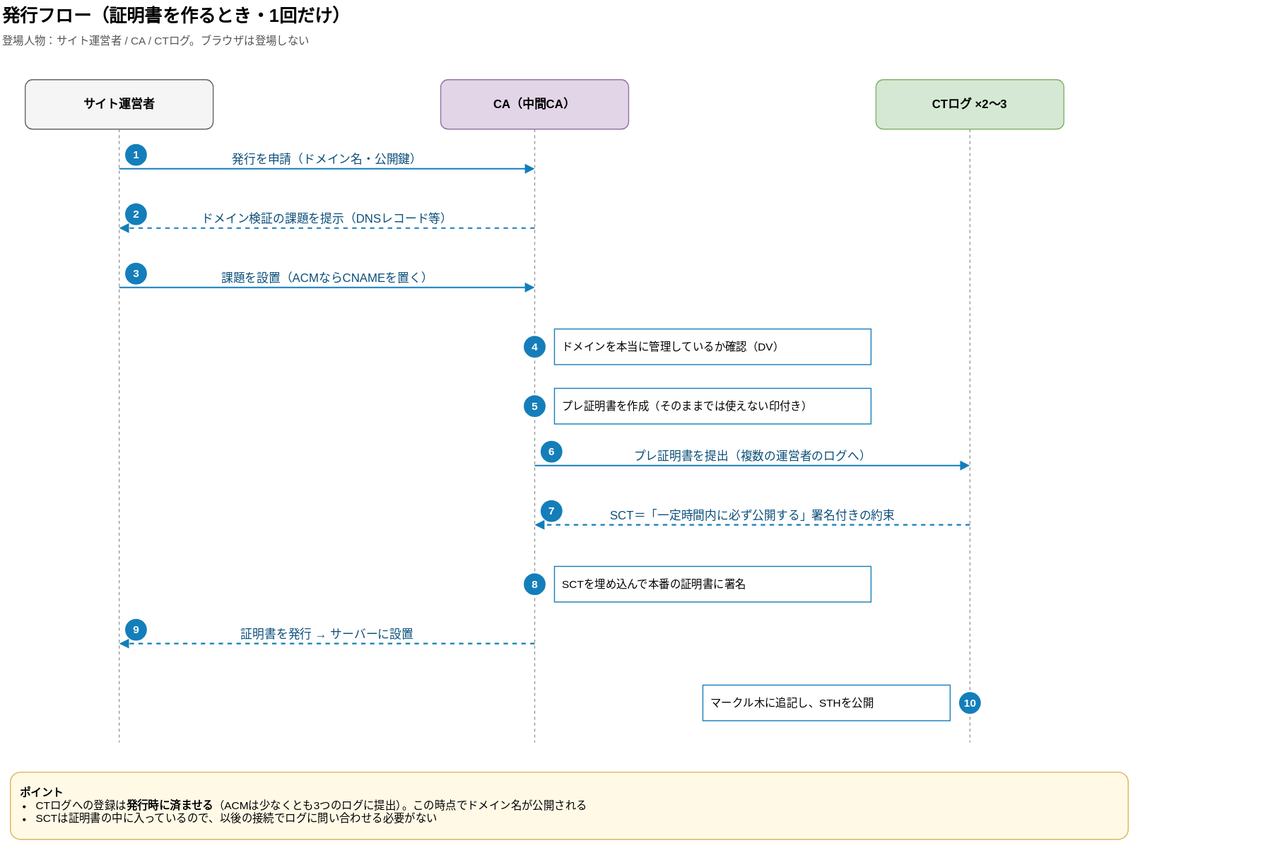
Above: images/aws-web-ingress-patterns/ca-ct-02-issuance.drawio.svg in anfangd/zenn-content (draw.io), before the change. Source tidied: cells renumbered, new cells last; positions are measured from the earlier drawing's top-left corner, leaving out a move shared by most shapes. The source it was exported from:
```xml
<mxGraphModel>
  <root>
    <mxCell id="0" />
    <mxCell id="1" parent="0" />
    <mxCell id="2" value="発行フロー（証明書を作るとき・1回だけ）" style="text;html=1;align=left;verticalAlign=middle;fontSize=18;fontStyle=1;" parent="1" vertex="1">
      <mxGeometry width="1300" height="32" as="geometry" />
    </mxCell>
    <mxCell id="3" value="登場人物：サイト運営者 / CA / CTログ。ブラウザは登場しない" style="text;html=1;align=left;verticalAlign=middle;fontSize=11;fontColor=#555555;" parent="1" vertex="1">
      <mxGeometry y="30" width="1300" height="22" as="geometry" />
    </mxCell>
    <mxCell id="4" value="サイト運営者" style="rounded=1;whiteSpace=wrap;html=1;fillColor=#F5F5F5;strokeColor=#666666;fontSize=12;fontStyle=1;" parent="1" vertex="1">
      <mxGeometry x="25" y="80" width="190" height="50" as="geometry" />
    </mxCell>
    <mxCell id="5" style="edgeStyle=none;html=1;endArrow=none;dashed=1;strokeColor=#999999;strokeWidth=1;" parent="1" edge="1">
      <mxGeometry relative="1" as="geometry">
        <mxPoint x="120" y="130" as="sourcePoint" />
        <mxPoint x="120" y="750" as="targetPoint" />
      </mxGeometry>
    </mxCell>
    <mxCell id="6" value="CA（中間CA）" style="rounded=1;whiteSpace=wrap;html=1;fillColor=#E1D5E7;strokeColor=#9673A6;fontSize=12;fontStyle=1;" parent="1" vertex="1">
      <mxGeometry x="445" y="80" width="190" height="50" as="geometry" />
    </mxCell>
    <mxCell id="7" style="edgeStyle=none;html=1;endArrow=none;dashed=1;strokeColor=#999999;strokeWidth=1;" parent="1" edge="1">
      <mxGeometry relative="1" as="geometry">
        <mxPoint x="540" y="130" as="sourcePoint" />
        <mxPoint x="540" y="750" as="targetPoint" />
      </mxGeometry>
    </mxCell>
    <mxCell id="8" value="CTログ ×2〜3" style="rounded=1;whiteSpace=wrap;html=1;fillColor=#D5E8D4;strokeColor=#82B366;fontSize=12;fontStyle=1;" parent="1" vertex="1">
      <mxGeometry x="885" y="80" width="190" height="50" as="geometry" />
    </mxCell>
    <mxCell id="9" style="edgeStyle=none;html=1;endArrow=none;dashed=1;strokeColor=#999999;strokeWidth=1;" parent="1" edge="1">
      <mxGeometry relative="1" as="geometry">
        <mxPoint x="980" y="130" as="sourcePoint" />
        <mxPoint x="980" y="750" as="targetPoint" />
      </mxGeometry>
    </mxCell>
    <mxCell id="10" value="1" style="text;html=1;align=center;verticalAlign=middle;fontSize=11;fontColor=#FFFFFF;fillColor=#147EBA;rounded=1;arcSize=50;fontStyle=1;" parent="1" vertex="1">
      <mxGeometry x="126" y="145" width="22" height="22" as="geometry" />
    </mxCell>
    <mxCell id="11" value="発行を申請（ドメイン名・公開鍵）" style="edgeStyle=none;html=1;endArrow=block;endFill=1;strokeWidth=1.5;strokeColor=#147EBA;fontSize=12;fontColor=#0B4F7A;labelBackgroundColor=#FFFFFF;verticalAlign=bottom;" parent="1" edge="1">
      <mxGeometry relative="1" as="geometry">
        <mxPoint x="120" y="170" as="sourcePoint" />
        <mxPoint x="540" y="170" as="targetPoint" />
      </mxGeometry>
    </mxCell>
    <mxCell id="12" value="2" style="text;html=1;align=center;verticalAlign=middle;fontSize=11;fontColor=#FFFFFF;fillColor=#147EBA;rounded=1;arcSize=50;fontStyle=1;" parent="1" vertex="1">
      <mxGeometry x="126" y="205" width="22" height="22" as="geometry" />
    </mxCell>
    <mxCell id="13" value="ドメイン検証の課題を提示（DNSレコード等）" style="edgeStyle=none;html=1;endArrow=block;endFill=1;strokeWidth=1.5;strokeColor=#147EBA;dashed=1;fontSize=12;fontColor=#0B4F7A;labelBackgroundColor=#FFFFFF;verticalAlign=bottom;" parent="1" edge="1">
      <mxGeometry relative="1" as="geometry">
        <mxPoint x="540" y="230" as="sourcePoint" />
        <mxPoint x="120" y="230" as="targetPoint" />
      </mxGeometry>
    </mxCell>
    <mxCell id="14" value="3" style="text;html=1;align=center;verticalAlign=middle;fontSize=11;fontColor=#FFFFFF;fillColor=#147EBA;rounded=1;arcSize=50;fontStyle=1;" parent="1" vertex="1">
      <mxGeometry x="126" y="265" width="22" height="22" as="geometry" />
    </mxCell>
    <mxCell id="15" value="課題を設置（ACMならCNAMEを置く）" style="edgeStyle=none;html=1;endArrow=block;endFill=1;strokeWidth=1.5;strokeColor=#147EBA;fontSize=12;fontColor=#0B4F7A;labelBackgroundColor=#FFFFFF;verticalAlign=bottom;" parent="1" edge="1">
      <mxGeometry relative="1" as="geometry">
        <mxPoint x="120" y="290" as="sourcePoint" />
        <mxPoint x="540" y="290" as="targetPoint" />
      </mxGeometry>
    </mxCell>
    <mxCell id="16" value="4" style="text;html=1;align=center;verticalAlign=middle;fontSize=11;fontColor=#FFFFFF;fillColor=#147EBA;rounded=1;arcSize=50;fontStyle=1;" parent="1" vertex="1">
      <mxGeometry x="529" y="339" width="22" height="22" as="geometry" />
    </mxCell>
    <mxCell id="17" value="ドメインを本当に管理しているか確認（DV）" style="rounded=0;whiteSpace=wrap;html=1;fillColor=#FFFFFF;strokeColor=#147EBA;fontSize=11;align=left;spacingLeft=6;verticalAlign=middle;" parent="1" vertex="1">
      <mxGeometry x="560" y="332" width="320" height="36" as="geometry" />
    </mxCell>
    <mxCell id="18" value="5" style="text;html=1;align=center;verticalAlign=middle;fontSize=11;fontColor=#FFFFFF;fillColor=#147EBA;rounded=1;arcSize=50;fontStyle=1;" parent="1" vertex="1">
      <mxGeometry x="529" y="399" width="22" height="22" as="geometry" />
    </mxCell>
    <mxCell id="19" value="プレ証明書を作成（そのままでは使えない印付き）" style="rounded=0;whiteSpace=wrap;html=1;fillColor=#FFFFFF;strokeColor=#147EBA;fontSize=11;align=left;spacingLeft=6;verticalAlign=middle;" parent="1" vertex="1">
      <mxGeometry x="560" y="392" width="320" height="36" as="geometry" />
    </mxCell>
    <mxCell id="20" value="6" style="text;html=1;align=center;verticalAlign=middle;fontSize=11;fontColor=#FFFFFF;fillColor=#147EBA;rounded=1;arcSize=50;fontStyle=1;" parent="1" vertex="1">
      <mxGeometry x="546" y="445" width="22" height="22" as="geometry" />
    </mxCell>
    <mxCell id="21" value="プレ証明書を提出（複数の運営者のログへ）" style="edgeStyle=none;html=1;endArrow=block;endFill=1;strokeWidth=1.5;strokeColor=#147EBA;fontSize=12;fontColor=#0B4F7A;labelBackgroundColor=#FFFFFF;verticalAlign=bottom;" parent="1" edge="1">
      <mxGeometry relative="1" as="geometry">
        <mxPoint x="540" y="470" as="sourcePoint" />
        <mxPoint x="980" y="470" as="targetPoint" />
      </mxGeometry>
    </mxCell>
    <mxCell id="22" value="7" style="text;html=1;align=center;verticalAlign=middle;fontSize=11;fontColor=#FFFFFF;fillColor=#147EBA;rounded=1;arcSize=50;fontStyle=1;" parent="1" vertex="1">
      <mxGeometry x="546" y="505" width="22" height="22" as="geometry" />
    </mxCell>
    <mxCell id="23" value="SCT＝「一定時間内に必ず公開する」署名付きの約束" style="edgeStyle=none;html=1;endArrow=block;endFill=1;strokeWidth=1.5;strokeColor=#147EBA;dashed=1;fontSize=12;fontColor=#0B4F7A;labelBackgroundColor=#FFFFFF;verticalAlign=bottom;" parent="1" edge="1">
      <mxGeometry relative="1" as="geometry">
        <mxPoint x="980" y="530" as="sourcePoint" />
        <mxPoint x="540" y="530" as="targetPoint" />
      </mxGeometry>
    </mxCell>
    <mxCell id="24" value="8" style="text;html=1;align=center;verticalAlign=middle;fontSize=11;fontColor=#FFFFFF;fillColor=#147EBA;rounded=1;arcSize=50;fontStyle=1;" parent="1" vertex="1">
      <mxGeometry x="529" y="579" width="22" height="22" as="geometry" />
    </mxCell>
    <mxCell id="25" value="SCTを埋め込んで本番の証明書に署名" style="rounded=0;whiteSpace=wrap;html=1;fillColor=#FFFFFF;strokeColor=#147EBA;fontSize=11;align=left;spacingLeft=6;verticalAlign=middle;" parent="1" vertex="1">
      <mxGeometry x="560" y="572" width="320" height="36" as="geometry" />
    </mxCell>
    <mxCell id="26" value="9" style="text;html=1;align=center;verticalAlign=middle;fontSize=11;fontColor=#FFFFFF;fillColor=#147EBA;rounded=1;arcSize=50;fontStyle=1;" parent="1" vertex="1">
      <mxGeometry x="126" y="625" width="22" height="22" as="geometry" />
    </mxCell>
    <mxCell id="27" value="証明書を発行 → サーバーに設置" style="edgeStyle=none;html=1;endArrow=block;endFill=1;strokeWidth=1.5;strokeColor=#147EBA;dashed=1;fontSize=12;fontColor=#0B4F7A;labelBackgroundColor=#FFFFFF;verticalAlign=bottom;" parent="1" edge="1">
      <mxGeometry relative="1" as="geometry">
        <mxPoint x="540" y="650" as="sourcePoint" />
        <mxPoint x="120" y="650" as="targetPoint" />
      </mxGeometry>
    </mxCell>
    <mxCell id="28" value="10" style="text;html=1;align=center;verticalAlign=middle;fontSize=11;fontColor=#FFFFFF;fillColor=#147EBA;rounded=1;arcSize=50;fontStyle=1;" parent="1" vertex="1">
      <mxGeometry x="969" y="699" width="22" height="22" as="geometry" />
    </mxCell>
    <mxCell id="29" value="マークル木に追記し、STHを公開" style="rounded=0;whiteSpace=wrap;html=1;fillColor=#FFFFFF;strokeColor=#147EBA;fontSize=11;align=left;spacingLeft=6;verticalAlign=middle;" parent="1" vertex="1">
      <mxGeometry x="710" y="692" width="250" height="36" as="geometry" />
    </mxCell>
    <mxCell id="30" value="&lt;b&gt;ポイント&lt;/b&gt;&lt;ul style='margin:0;padding-left:16px'&gt;&lt;li&gt;CTログへの登録は&lt;b&gt;発行時に済ませる&lt;/b&gt;（ACMは少なくとも3つのログに提出）。この時点でドメイン名が公開される&lt;/li&gt;&lt;li&gt;SCTは証明書の中に入っているので、以後の接続でログに問い合わせる必要がない&lt;/li&gt;&lt;/ul&gt;" style="text;html=1;align=left;verticalAlign=top;whiteSpace=wrap;rounded=1;fillColor=#FFF9E6;strokeColor=#D6B656;spacing=10;fontSize=11;" parent="1" vertex="1">
      <mxGeometry x="10" y="780" width="1130" height="68" as="geometry" />
    </mxCell>
  </root>
</mxGraphModel>
```
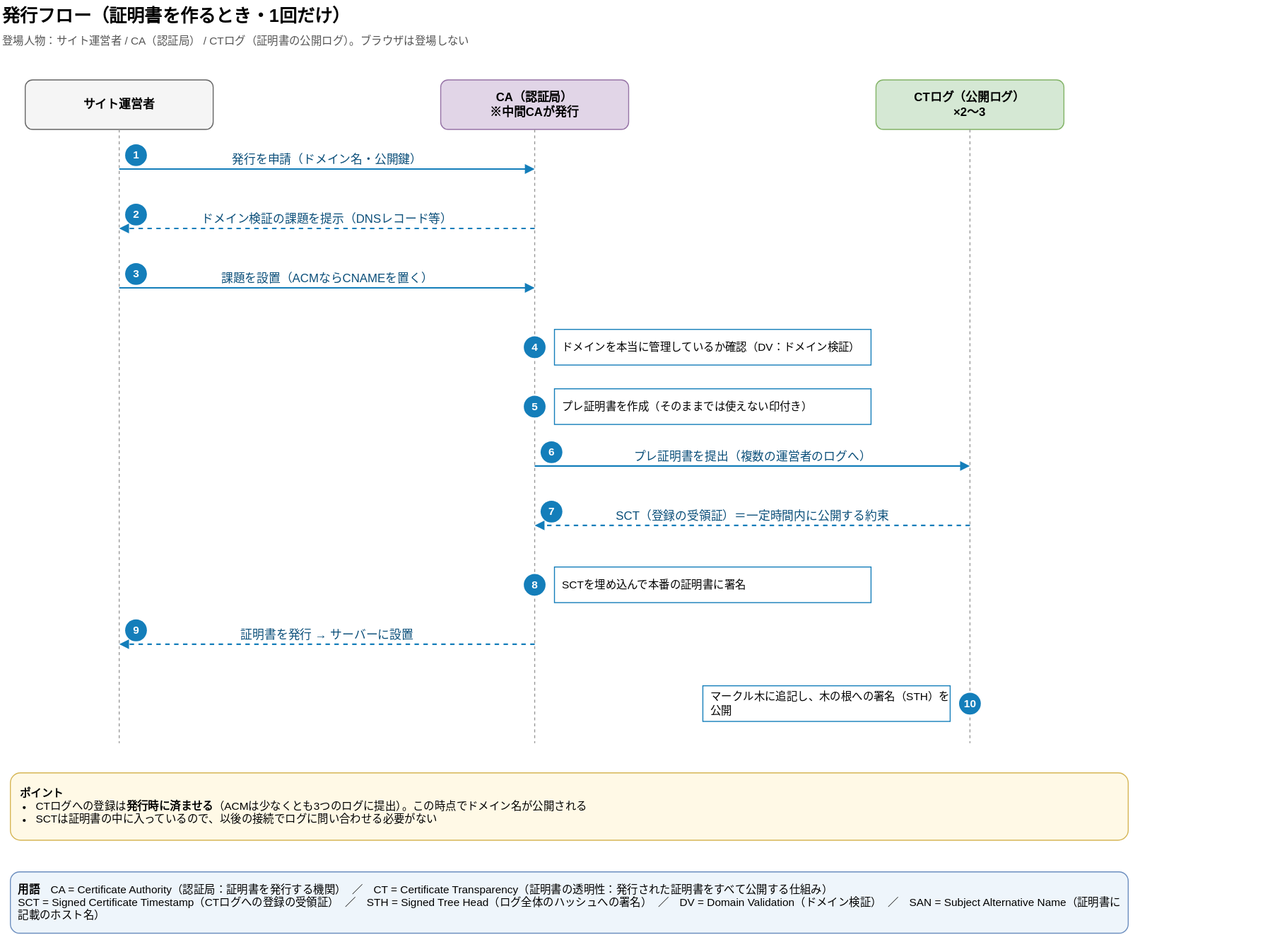
The same diagram one commit later.

Change to the diagram source:
```diff
@@ -5,7 +5,7 @@
     <mxCell id="2" value="発行フロー（証明書を作るとき・1回だけ）" style="text;html=1;align=left;verticalAlign=middle;fontSize=18;fontStyle=1;" parent="1" vertex="1">
       <mxGeometry width="1300" height="32" as="geometry" />
     </mxCell>
-    <mxCell id="3" value="登場人物：サイト運営者 / CA / CTログ。ブラウザは登場しない" style="text;html=1;align=left;verticalAlign=middle;fontSize=11;fontColor=#555555;" parent="1" vertex="1">
+    <mxCell id="3" value="登場人物：サイト運営者 / CA（認証局） / CTログ（証明書の公開ログ）。ブラウザは登場しない" style="text;html=1;align=left;verticalAlign=middle;fontSize=11;fontColor=#555555;" parent="1" vertex="1">
       <mxGeometry y="30" width="1300" height="22" as="geometry" />
     </mxCell>
     <mxCell id="4" value="サイト運営者" style="rounded=1;whiteSpace=wrap;html=1;fillColor=#F5F5F5;strokeColor=#666666;fontSize=12;fontStyle=1;" parent="1" vertex="1">
@@ -17,7 +17,7 @@
         <mxPoint x="120" y="750" as="targetPoint" />
       </mxGeometry>
     </mxCell>
-    <mxCell id="6" value="CA（中間CA）" style="rounded=1;whiteSpace=wrap;html=1;fillColor=#E1D5E7;strokeColor=#9673A6;fontSize=12;fontStyle=1;" parent="1" vertex="1">
+    <mxCell id="6" value="CA（認証局）&lt;br&gt;※中間CAが発行" style="rounded=1;whiteSpace=wrap;html=1;fillColor=#E1D5E7;strokeColor=#9673A6;fontSize=12;fontStyle=1;" parent="1" vertex="1">
       <mxGeometry x="445" y="80" width="190" height="50" as="geometry" />
     </mxCell>
     <mxCell id="7" style="edgeStyle=none;html=1;endArrow=none;dashed=1;strokeColor=#999999;strokeWidth=1;" parent="1" edge="1">
@@ -26,7 +26,7 @@
         <mxPoint x="540" y="750" as="targetPoint" />
       </mxGeometry>
     </mxCell>
-    <mxCell id="8" value="CTログ ×2〜3" style="rounded=1;whiteSpace=wrap;html=1;fillColor=#D5E8D4;strokeColor=#82B366;fontSize=12;fontStyle=1;" parent="1" vertex="1">
+    <mxCell id="8" value="CTログ（公開ログ）&lt;br&gt;×2〜3" style="rounded=1;whiteSpace=wrap;html=1;fillColor=#D5E8D4;strokeColor=#82B366;fontSize=12;fontStyle=1;" parent="1" vertex="1">
       <mxGeometry x="885" y="80" width="190" height="50" as="geometry" />
     </mxCell>
     <mxCell id="9" style="edgeStyle=none;html=1;endArrow=none;dashed=1;strokeColor=#999999;strokeWidth=1;" parent="1" edge="1">
@@ -65,7 +65,7 @@
     <mxCell id="16" value="4" style="text;html=1;align=center;verticalAlign=middle;fontSize=11;fontColor=#FFFFFF;fillColor=#147EBA;rounded=1;arcSize=50;fontStyle=1;" parent="1" vertex="1">
       <mxGeometry x="529" y="339" width="22" height="22" as="geometry" />
     </mxCell>
-    <mxCell id="17" value="ドメインを本当に管理しているか確認（DV）" style="rounded=0;whiteSpace=wrap;html=1;fillColor=#FFFFFF;strokeColor=#147EBA;fontSize=11;align=left;spacingLeft=6;verticalAlign=middle;" parent="1" vertex="1">
+    <mxCell id="17" value="ドメインを本当に管理しているか確認（DV：ドメイン検証）" style="rounded=0;whiteSpace=wrap;html=1;fillColor=#FFFFFF;strokeColor=#147EBA;fontSize=11;align=left;spacingLeft=6;verticalAlign=middle;" parent="1" vertex="1">
       <mxGeometry x="560" y="332" width="320" height="36" as="geometry" />
     </mxCell>
     <mxCell id="18" value="5" style="text;html=1;align=center;verticalAlign=middle;fontSize=11;fontColor=#FFFFFF;fillColor=#147EBA;rounded=1;arcSize=50;fontStyle=1;" parent="1" vertex="1">
@@ -86,7 +86,7 @@
     <mxCell id="22" value="7" style="text;html=1;align=center;verticalAlign=middle;fontSize=11;fontColor=#FFFFFF;fillColor=#147EBA;rounded=1;arcSize=50;fontStyle=1;" parent="1" vertex="1">
       <mxGeometry x="546" y="505" width="22" height="22" as="geometry" />
     </mxCell>
-    <mxCell id="23" value="SCT＝「一定時間内に必ず公開する」署名付きの約束" style="edgeStyle=none;html=1;endArrow=block;endFill=1;strokeWidth=1.5;strokeColor=#147EBA;dashed=1;fontSize=12;fontColor=#0B4F7A;labelBackgroundColor=#FFFFFF;verticalAlign=bottom;" parent="1" edge="1">
+    <mxCell id="23" value="SCT（登録の受領証）＝一定時間内に公開する約束" style="edgeStyle=none;html=1;endArrow=block;endFill=1;strokeWidth=1.5;strokeColor=#147EBA;dashed=1;fontSize=12;fontColor=#0B4F7A;labelBackgroundColor=#FFFFFF;verticalAlign=bottom;" parent="1" edge="1">
       <mxGeometry relative="1" as="geometry">
         <mxPoint x="980" y="530" as="sourcePoint" />
         <mxPoint x="540" y="530" as="targetPoint" />
@@ -110,11 +110,14 @@
     <mxCell id="28" value="10" style="text;html=1;align=center;verticalAlign=middle;fontSize=11;fontColor=#FFFFFF;fillColor=#147EBA;rounded=1;arcSize=50;fontStyle=1;" parent="1" vertex="1">
       <mxGeometry x="969" y="699" width="22" height="22" as="geometry" />
     </mxCell>
-    <mxCell id="29" value="マークル木に追記し、STHを公開" style="rounded=0;whiteSpace=wrap;html=1;fillColor=#FFFFFF;strokeColor=#147EBA;fontSize=11;align=left;spacingLeft=6;verticalAlign=middle;" parent="1" vertex="1">
+    <mxCell id="29" value="マークル木に追記し、木の根への署名（STH）を公開" style="rounded=0;whiteSpace=wrap;html=1;fillColor=#FFFFFF;strokeColor=#147EBA;fontSize=11;align=left;spacingLeft=6;verticalAlign=middle;" parent="1" vertex="1">
       <mxGeometry x="710" y="692" width="250" height="36" as="geometry" />
     </mxCell>
     <mxCell id="30" value="&lt;b&gt;ポイント&lt;/b&gt;&lt;ul style='margin:0;padding-left:16px'&gt;&lt;li&gt;CTログへの登録は&lt;b&gt;発行時に済ませる&lt;/b&gt;（ACMは少なくとも3つのログに提出）。この時点でドメイン名が公開される&lt;/li&gt;&lt;li&gt;SCTは証明書の中に入っているので、以後の接続でログに問い合わせる必要がない&lt;/li&gt;&lt;/ul&gt;" style="text;html=1;align=left;verticalAlign=top;whiteSpace=wrap;rounded=1;fillColor=#FFF9E6;strokeColor=#D6B656;spacing=10;fontSize=11;" parent="1" vertex="1">
       <mxGeometry x="10" y="780" width="1130" height="68" as="geometry" />
     </mxCell>
+    <mxCell id="31" value="&lt;b&gt;用語&lt;/b&gt;　CA = Certificate Authority（認証局：証明書を発行する機関）　／　CT = Certificate Transparency（証明書の透明性：発行された証明書をすべて公開する仕組み）&lt;br&gt;SCT = Signed Certificate Timestamp（CTログへの登録の受領証）　／　STH = Signed Tree Head（ログ全体のハッシュへの署名）　／　DV = Domain Validation（ドメイン検証）　／　SAN = Subject Alternative Name（証明書に記載のホスト名）" style="text;html=1;align=left;verticalAlign=middle;whiteSpace=wrap;rounded=1;fillColor=#EEF5FB;strokeColor=#6C8EBF;spacing=8;fontSize=11;" parent="1" vertex="1">
+      <mxGeometry x="10" y="880" width="1130" height="62" as="geometry" />
+    </mxCell>
   </root>
 </mxGraphModel>
```
